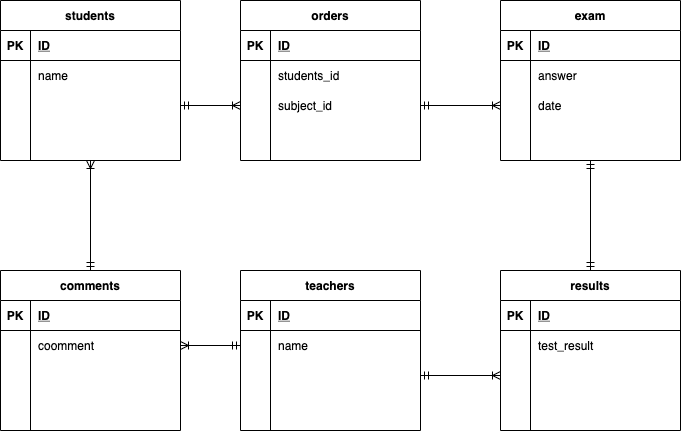
sakakurahayato/2021-11-17 keeps this draw.io diagram as index.drawio.png. Above is the earlier version. Source tidied: cells renumbered, new cells last; positions are measured from the earlier drawing's top-left corner, leaving out a move shared by most shapes.
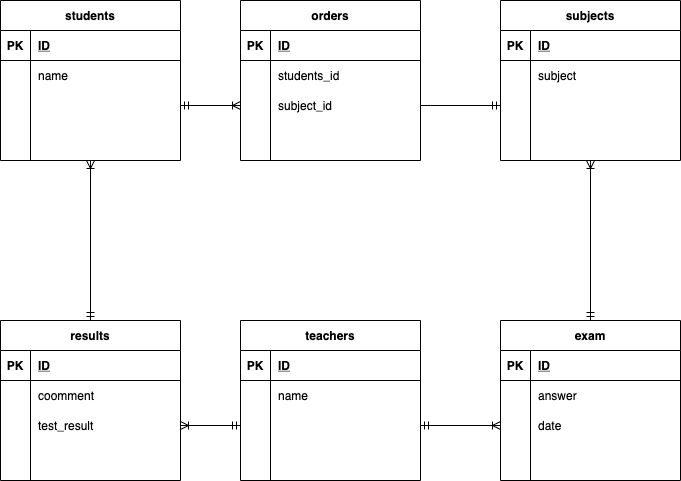
The same file after the commit.

Diff of the diagram source:
```diff
@@ -44,98 +44,11 @@
     <mxCell id="15" style="shape=partialRectangle;fillColor=none;top=0;left=0;bottom=0;right=0;align=left;spacingLeft=6;overflow=hidden;" parent="13" vertex="1">
       <mxGeometry x="30" width="150" height="30" as="geometry" />
     </mxCell>
-    <mxCell id="16" value="teachers" style="shape=table;startSize=30;rowLines=0;fontStyle=1;align=center;" parent="1" vertex="1">
-      <mxGeometry x="240" y="270" width="180" height="160" as="geometry" />
-    </mxCell>
-    <mxCell id="17" style="shape=partialRectangle;fillColor=none;top=0;left=0;bottom=1;right=0;" parent="16" vertex="1">
-      <mxGeometry y="30" width="180" height="30" as="geometry" />
-    </mxCell>
-    <mxCell id="18" value="PK" style="shape=partialRectangle;fillColor=none;top=0;left=0;bottom=0;right=0;fontStyle=1;overflow=hidden;" parent="17" vertex="1">
-      <mxGeometry width="30" height="30" as="geometry" />
-    </mxCell>
-    <mxCell id="19" value="ID" style="shape=partialRectangle;fillColor=none;top=0;left=0;bottom=0;right=0;align=left;spacingLeft=6;fontStyle=5;overflow=hidden;" parent="17" vertex="1">
-      <mxGeometry x="30" width="150" height="30" as="geometry" />
-    </mxCell>
-    <mxCell id="20" style="shape=partialRectangle;fillColor=none;top=0;left=0;bottom=0;right=0;points=[[0,0.5],[1,0.5]];portConstraint=eastwest;" parent="16" vertex="1">
-      <mxGeometry y="60" width="180" height="30" as="geometry" />
-    </mxCell>
-    <mxCell id="21" style="shape=partialRectangle;fillColor=none;top=0;left=0;bottom=0;right=0;overflow=hidden;" parent="20" vertex="1">
-      <mxGeometry width="30" height="30" as="geometry" />
-    </mxCell>
-    <mxCell id="22" value="name" style="shape=partialRectangle;fillColor=none;top=0;left=0;bottom=0;right=0;align=left;spacingLeft=6;overflow=hidden;" parent="20" vertex="1">
-      <mxGeometry x="30" width="150" height="30" as="geometry" />
-    </mxCell>
-    <mxCell id="23" style="shape=partialRectangle;fillColor=none;top=0;left=0;bottom=0;right=0;points=[[0,0.5],[1,0.5]];portConstraint=eastwest;" parent="16" vertex="1">
-      <mxGeometry y="90" width="180" height="30" as="geometry" />
-    </mxCell>
-    <mxCell id="24" style="shape=partialRectangle;fillColor=none;top=0;left=0;bottom=0;right=0;overflow=hidden;" parent="23" vertex="1">
-      <mxGeometry width="30" height="30" as="geometry" />
-    </mxCell>
-    <mxCell id="25" style="shape=partialRectangle;fillColor=none;top=0;left=0;bottom=0;right=0;align=left;spacingLeft=6;overflow=hidden;" parent="23" vertex="1">
-      <mxGeometry x="30" width="150" height="30" as="geometry" />
-    </mxCell>
-    <mxCell id="26" style="shape=partialRectangle;fillColor=none;top=0;left=0;bottom=0;right=0;" parent="16" vertex="1">
-      <mxGeometry y="120" width="180" height="30" as="geometry" />
-    </mxCell>
-    <mxCell id="27" style="shape=partialRectangle;fillColor=none;top=0;left=0;bottom=0;right=0;overflow=hidden;" parent="26" vertex="1">
-      <mxGeometry width="30" height="30" as="geometry" />
-    </mxCell>
-    <mxCell id="28" style="shape=partialRectangle;fillColor=none;top=0;left=0;bottom=0;right=0;align=left;spacingLeft=6;overflow=hidden;" parent="26" vertex="1">
-      <mxGeometry x="30" width="150" height="30" as="geometry" />
-    </mxCell>
-    <mxCell id="29" style="edgeStyle=orthogonalEdgeStyle;rounded=0;jettySize=auto;html=1;entryX=0.5;entryY=1;entryDx=0;entryDy=0;endArrow=ERmandOne;endFill=0;" parent="1" edge="1" source="30" target="61">
-      <mxGeometry relative="1" as="geometry" />
-    </mxCell>
-    <mxCell id="30" value="results" style="shape=table;startSize=30;rowLines=0;fontStyle=1;align=center;" parent="1" vertex="1">
-      <mxGeometry x="500" y="270" width="180" height="160" as="geometry" />
-    </mxCell>
-    <mxCell id="31" style="shape=partialRectangle;fillColor=none;top=0;left=0;bottom=1;right=0;" parent="30" vertex="1">
-      <mxGeometry y="30" width="180" height="30" as="geometry" />
-    </mxCell>
-    <mxCell id="32" value="PK" style="shape=partialRectangle;fillColor=none;top=0;left=0;bottom=0;right=0;fontStyle=1;overflow=hidden;" parent="31" vertex="1">
-      <mxGeometry width="30" height="30" as="geometry" />
-    </mxCell>
-    <mxCell id="33" value="ID" style="shape=partialRectangle;fillColor=none;top=0;left=0;bottom=0;right=0;align=left;spacingLeft=6;fontStyle=5;overflow=hidden;" parent="31" vertex="1">
-      <mxGeometry x="30" width="150" height="30" as="geometry" />
-    </mxCell>
-    <mxCell id="34" style="shape=partialRectangle;fillColor=none;top=0;left=0;bottom=0;right=0;" parent="30" vertex="1">
-      <mxGeometry y="60" width="180" height="30" as="geometry" />
-    </mxCell>
-    <mxCell id="35" style="shape=partialRectangle;fillColor=none;top=0;left=0;bottom=0;right=0;overflow=hidden;" parent="34" vertex="1">
-      <mxGeometry width="30" height="30" as="geometry" />
-    </mxCell>
-    <mxCell id="36" value="test_result" style="shape=partialRectangle;fillColor=none;top=0;left=0;bottom=0;right=0;align=left;spacingLeft=6;overflow=hidden;" parent="34" vertex="1">
-      <mxGeometry x="30" width="150" height="30" as="geometry" />
-    </mxCell>
-    <mxCell id="37" style="shape=partialRectangle;fillColor=none;top=0;left=0;bottom=0;right=0;points=[[0,0.5],[1,0.5]];portConstraint=eastwest;" parent="30" vertex="1">
-      <mxGeometry y="90" width="180" height="30" as="geometry" />
-    </mxCell>
-    <mxCell id="38" style="shape=partialRectangle;fillColor=none;top=0;left=0;bottom=0;right=0;overflow=hidden;" parent="37" vertex="1">
-      <mxGeometry width="30" height="30" as="geometry" />
-    </mxCell>
-    <mxCell id="39" style="shape=partialRectangle;fillColor=none;top=0;left=0;bottom=0;right=0;align=left;spacingLeft=6;overflow=hidden;" parent="37" vertex="1">
-      <mxGeometry x="30" width="150" height="30" as="geometry" />
-    </mxCell>
-    <mxCell id="40" style="shape=partialRectangle;fillColor=none;top=0;left=0;bottom=0;right=0;" parent="30" vertex="1">
-      <mxGeometry y="120" width="180" height="30" as="geometry" />
-    </mxCell>
-    <mxCell id="41" style="shape=partialRectangle;fillColor=none;top=0;left=0;bottom=0;right=0;overflow=hidden;" parent="40" vertex="1">
-      <mxGeometry width="30" height="30" as="geometry" />
-    </mxCell>
-    <mxCell id="42" style="shape=partialRectangle;fillColor=none;top=0;left=0;bottom=0;right=0;align=left;spacingLeft=6;overflow=hidden;" parent="40" vertex="1">
-      <mxGeometry x="30" width="150" height="30" as="geometry" />
-    </mxCell>
-    <mxCell id="43" style="edgeStyle=orthogonalEdgeStyle;rounded=0;jettySize=auto;html=1;endArrow=ERmandOne;endFill=0;" parent="1" edge="1" source="37" target="23">
-      <mxGeometry relative="1" as="geometry" />
-    </mxCell>
-    <mxCell id="44" style="edgeStyle=orthogonalEdgeStyle;rounded=0;jettySize=auto;html=1;entryX=0;entryY=0.5;entryDx=0;entryDy=0;endArrow=ERoneToMany;endFill=0;" parent="1" edge="1" source="23" target="37">
-      <mxGeometry relative="1" as="geometry" />
-    </mxCell>
     <mxCell id="45" style="edgeStyle=orthogonalEdgeStyle;rounded=0;jettySize=auto;html=1;entryX=0.5;entryY=1;entryDx=0;entryDy=0;endArrow=ERoneToMany;endFill=0;" parent="1" edge="1" source="46" target="3">
       <mxGeometry relative="1" as="geometry" />
     </mxCell>
-    <mxCell id="46" value="comments" style="shape=table;startSize=30;rowLines=0;fontStyle=1;align=center;" parent="1" vertex="1">
-      <mxGeometry y="270" width="180" height="160" as="geometry" />
+    <mxCell id="46" value="results" style="shape=table;startSize=30;rowLines=0;fontStyle=1;align=center;" parent="1" vertex="1">
+      <mxGeometry y="320" width="180" height="160" as="geometry" />
     </mxCell>
     <mxCell id="47" style="shape=partialRectangle;fillColor=none;top=0;left=0;bottom=1;right=0;" parent="46" vertex="1">
       <mxGeometry y="30" width="180" height="30" as="geometry" />
@@ -161,7 +74,7 @@
     <mxCell id="54" style="shape=partialRectangle;fillColor=none;top=0;left=0;bottom=0;right=0;overflow=hidden;" parent="53" vertex="1">
       <mxGeometry width="30" height="30" as="geometry" />
     </mxCell>
-    <mxCell id="55" style="shape=partialRectangle;fillColor=none;top=0;left=0;bottom=0;right=0;align=left;spacingLeft=6;overflow=hidden;" parent="53" vertex="1">
+    <mxCell id="55" value="test_result" style="shape=partialRectangle;fillColor=none;top=0;left=0;bottom=0;right=0;align=left;spacingLeft=6;overflow=hidden;" parent="53" vertex="1">
       <mxGeometry x="30" width="150" height="30" as="geometry" />
     </mxCell>
     <mxCell id="56" style="shape=partialRectangle;fillColor=none;top=0;left=0;bottom=0;right=0;" parent="46" vertex="1">
@@ -173,14 +86,8 @@
     <mxCell id="58" style="shape=partialRectangle;fillColor=none;top=0;left=0;bottom=0;right=0;align=left;spacingLeft=6;overflow=hidden;" parent="56" vertex="1">
       <mxGeometry x="30" width="150" height="30" as="geometry" />
     </mxCell>
-    <mxCell id="59" style="edgeStyle=orthogonalEdgeStyle;rounded=0;jettySize=auto;html=1;entryX=1;entryY=0.5;entryDx=0;entryDy=0;endArrow=ERoneToMany;endFill=0;" parent="1" edge="1" source="20" target="50">
-      <mxGeometry relative="1" as="geometry" />
-    </mxCell>
-    <mxCell id="60" style="edgeStyle=orthogonalEdgeStyle;rounded=0;jettySize=auto;html=1;entryX=0.5;entryY=0;entryDx=0;entryDy=0;endArrow=ERmandOne;endFill=0;" parent="1" edge="1" source="61" target="30">
-      <mxGeometry relative="1" as="geometry" />
-    </mxCell>
     <mxCell id="61" value="exam" style="shape=table;startSize=30;rowLines=0;fontStyle=1;align=center;" parent="1" vertex="1">
-      <mxGeometry x="500" width="180" height="160" as="geometry" />
+      <mxGeometry x="500" y="320" width="180" height="160" as="geometry" />
     </mxCell>
     <mxCell id="62" style="shape=partialRectangle;fillColor=none;top=0;left=0;bottom=1;right=0;" parent="61" vertex="1">
       <mxGeometry y="30" width="180" height="30" as="geometry" />
@@ -263,14 +170,115 @@
     <mxCell id="88" style="edgeStyle=orthogonalEdgeStyle;rounded=0;jettySize=auto;html=1;endArrow=ERmandOne;endFill=0;" parent="1" edge="1" source="81" target="10">
       <mxGeometry relative="1" as="geometry" />
     </mxCell>
-    <mxCell id="89" style="edgeStyle=orthogonalEdgeStyle;rounded=0;jettySize=auto;html=1;entryX=0;entryY=0.5;entryDx=0;entryDy=0;endArrow=ERoneToMany;endFill=0;" parent="1" edge="1" source="81" target="68">
-      <mxGeometry relative="1" as="geometry" />
-    </mxCell>
-    <mxCell id="90" style="edgeStyle=orthogonalEdgeStyle;rounded=0;jettySize=auto;html=1;entryX=1;entryY=0.5;entryDx=0;entryDy=0;endArrow=ERmandOne;endFill=0;" parent="1" edge="1" source="68" target="81">
-      <mxGeometry relative="1" as="geometry" />
+    <mxCell id="90" value="teachers" style="shape=table;startSize=30;rowLines=0;fontStyle=1;align=center;" parent="1" vertex="1">
+      <mxGeometry x="240" y="320" width="180" height="160" as="geometry" />
     </mxCell>
-    <mxCell id="91" style="edgeStyle=orthogonalEdgeStyle;rounded=0;jettySize=auto;html=1;entryX=0;entryY=0.5;entryDx=0;entryDy=0;endArrow=ERmandOne;endFill=0;" parent="1" edge="1" source="50" target="20">
-      <mxGeometry relative="1" as="geometry" />
+    <mxCell id="91" style="shape=partialRectangle;fillColor=none;top=0;left=0;bottom=1;right=0;" parent="90" vertex="1">
+      <mxGeometry y="30" width="180" height="30" as="geometry" />
     </mxCell>
+    <mxCell id="92" value="PK" style="shape=partialRectangle;fillColor=none;top=0;left=0;bottom=0;right=0;fontStyle=1;overflow=hidden;" parent="91" vertex="1">
+      <mxGeometry width="30" height="30" as="geometry" />
+    </mxCell>
+    <mxCell id="93" value="ID" style="shape=partialRectangle;fillColor=none;top=0;left=0;bottom=0;right=0;align=left;spacingLeft=6;fontStyle=5;overflow=hidden;" parent="91" vertex="1">
+      <mxGeometry x="30" width="150" height="30" as="geometry" />
+    </mxCell>
+    <mxCell id="94" style="shape=partialRectangle;fillColor=none;top=0;left=0;bottom=0;right=0;" parent="90" vertex="1">
+      <mxGeometry y="60" width="180" height="30" as="geometry" />
+    </mxCell>
+    <mxCell id="95" style="shape=partialRectangle;fillColor=none;top=0;left=0;bottom=0;right=0;overflow=hidden;" parent="94" vertex="1">
+      <mxGeometry width="30" height="30" as="geometry" />
+    </mxCell>
+    <mxCell id="22" value="name" style="shape=partialRectangle;fillColor=none;top=0;left=0;bottom=0;right=0;align=left;spacingLeft=6;overflow=hidden;" parent="94" vertex="1">
+      <mxGeometry x="30" width="150" height="30" as="geometry" />
+    </mxCell>
+    <mxCell id="96" style="shape=partialRectangle;fillColor=none;top=0;left=0;bottom=0;right=0;points=[[0,0.5],[1,0.5]];portConstraint=eastwest;" parent="90" vertex="1">
+      <mxGeometry y="90" width="180" height="30" as="geometry" />
+    </mxCell>
+    <mxCell id="97" style="shape=partialRectangle;fillColor=none;top=0;left=0;bottom=0;right=0;overflow=hidden;" parent="96" vertex="1">
+      <mxGeometry width="30" height="30" as="geometry" />
+    </mxCell>
+    <mxCell id="98" style="shape=partialRectangle;fillColor=none;top=0;left=0;bottom=0;right=0;align=left;spacingLeft=6;overflow=hidden;" parent="96" vertex="1">
+      <mxGeometry x="30" width="150" height="30" as="geometry" />
+    </mxCell>
+    <mxCell id="99" style="shape=partialRectangle;fillColor=none;top=0;left=0;bottom=0;right=0;" parent="90" vertex="1">
+      <mxGeometry y="120" width="180" height="30" as="geometry" />
+    </mxCell>
+    <mxCell id="100" style="shape=partialRectangle;fillColor=none;top=0;left=0;bottom=0;right=0;overflow=hidden;" parent="99" vertex="1">
+      <mxGeometry width="30" height="30" as="geometry" />
+    </mxCell>
+    <mxCell id="101" style="shape=partialRectangle;fillColor=none;top=0;left=0;bottom=0;right=0;align=left;spacingLeft=6;overflow=hidden;" parent="99" vertex="1">
+      <mxGeometry x="30" width="150" height="30" as="geometry" />
+    </mxCell>
+    <mxCell id="102" value="subjects" style="shape=table;startSize=30;rowLines=0;fontStyle=1;align=center;" parent="1" vertex="1">
+      <mxGeometry x="500" width="180" height="160" as="geometry" />
+    </mxCell>
+    <mxCell id="103" style="shape=partialRectangle;fillColor=none;top=0;left=0;bottom=1;right=0;" parent="102" vertex="1">
+      <mxGeometry y="30" width="180" height="30" as="geometry" />
+    </mxCell>
+    <mxCell id="104" value="PK" style="shape=partialRectangle;fillColor=none;top=0;left=0;bottom=0;right=0;fontStyle=1;overflow=hidden;" parent="103" vertex="1">
+      <mxGeometry width="30" height="30" as="geometry" />
+    </mxCell>
+    <mxCell id="105" value="ID" style="shape=partialRectangle;fillColor=none;top=0;left=0;bottom=0;right=0;align=left;spacingLeft=6;fontStyle=5;overflow=hidden;" parent="103" vertex="1">
+      <mxGeometry x="30" width="150" height="30" as="geometry" />
+    </mxCell>
+    <mxCell id="106" style="shape=partialRectangle;fillColor=none;top=0;left=0;bottom=0;right=0;" parent="102" vertex="1">
+      <mxGeometry y="60" width="180" height="30" as="geometry" />
+    </mxCell>
+    <mxCell id="107" style="shape=partialRectangle;fillColor=none;top=0;left=0;bottom=0;right=0;overflow=hidden;" parent="106" vertex="1">
+      <mxGeometry width="30" height="30" as="geometry" />
+    </mxCell>
+    <mxCell id="108" value="subject" style="shape=partialRectangle;fillColor=none;top=0;left=0;bottom=0;right=0;align=left;spacingLeft=6;overflow=hidden;" parent="106" vertex="1">
+      <mxGeometry x="30" width="150" height="30" as="geometry" />
+    </mxCell>
+    <mxCell id="109" style="shape=partialRectangle;fillColor=none;top=0;left=0;bottom=0;right=0;points=[[0,0.5],[1,0.5]];portConstraint=eastwest;" parent="102" vertex="1">
+      <mxGeometry y="90" width="180" height="30" as="geometry" />
+    </mxCell>
+    <mxCell id="110" style="shape=partialRectangle;fillColor=none;top=0;left=0;bottom=0;right=0;overflow=hidden;" parent="109" vertex="1">
+      <mxGeometry width="30" height="30" as="geometry" />
+    </mxCell>
+    <mxCell id="111" style="shape=partialRectangle;fillColor=none;top=0;left=0;bottom=0;right=0;align=left;spacingLeft=6;overflow=hidden;" parent="109" vertex="1">
+      <mxGeometry x="30" width="150" height="30" as="geometry" />
+    </mxCell>
+    <mxCell id="112" style="shape=partialRectangle;fillColor=none;top=0;left=0;bottom=0;right=0;" parent="102" vertex="1">
+      <mxGeometry y="120" width="180" height="30" as="geometry" />
+    </mxCell>
+    <mxCell id="113" style="shape=partialRectangle;fillColor=none;top=0;left=0;bottom=0;right=0;overflow=hidden;" parent="112" vertex="1">
+      <mxGeometry width="30" height="30" as="geometry" />
+    </mxCell>
+    <mxCell id="114" style="shape=partialRectangle;fillColor=none;top=0;left=0;bottom=0;right=0;align=left;spacingLeft=6;overflow=hidden;" parent="112" vertex="1">
+      <mxGeometry x="30" width="150" height="30" as="geometry" />
+    </mxCell>
+    <mxCell id="115" style="edgeStyle=orthogonalEdgeStyle;rounded=0;jettySize=auto;html=1;exitX=1;exitY=0.5;exitDx=0;exitDy=0;entryX=0;entryY=0.5;entryDx=0;entryDy=0;endArrow=ERmandOne;endFill=0;" parent="1" edge="1" source="81" target="109">
+      <mxGeometry relative="1" as="geometry">
+        <Array as="points">
+          <mxPoint x="430" y="105" />
+          <mxPoint x="430" y="105" />
+        </Array>
+      </mxGeometry>
+    </mxCell>
+    <mxCell id="116" style="endArrow=ERmandOne;html=1;rounded=0;exitX=1;exitY=0.5;exitDx=0;exitDy=0;entryX=0;entryY=0.5;entryDx=0;entryDy=0;endFill=0;" parent="1" edge="1" source="53" target="96">
+      <mxGeometry relative="1" as="geometry" />
+    </mxCell>
+    <mxCell id="117" style="endArrow=ERoneToMany;html=1;rounded=0;entryX=1;entryY=0.5;entryDx=0;entryDy=0;endFill=0;" parent="1" edge="1" target="53">
+      <mxGeometry relative="1" as="geometry">
+        <mxPoint x="240" y="425" as="sourcePoint" />
+      </mxGeometry>
+    </mxCell>
+    <mxCell id="118" style="endArrow=ERoneToMany;html=1;rounded=0;entryX=0;entryY=0.5;entryDx=0;entryDy=0;exitX=1;exitY=0.5;exitDx=0;exitDy=0;endFill=0;" parent="1" edge="1" source="96" target="68">
+      <mxGeometry relative="1" as="geometry" />
+    </mxCell>
+    <mxCell id="119" style="endArrow=ERmandOne;html=1;rounded=0;entryX=1;entryY=0.5;entryDx=0;entryDy=0;endFill=0;" parent="1" edge="1" target="96">
+      <mxGeometry relative="1" as="geometry">
+        <mxPoint x="500" y="425" as="sourcePoint" />
+      </mxGeometry>
+    </mxCell>
+    <mxCell id="120" style="endArrow=ERoneToMany;html=1;rounded=0;entryX=0.5;entryY=1;entryDx=0;entryDy=0;exitX=0.5;exitY=0;exitDx=0;exitDy=0;endFill=0;" parent="1" edge="1" source="61" target="102">
+      <mxGeometry relative="1" as="geometry" />
+    </mxCell>
+    <mxCell id="121" style="endArrow=ERmandOne;html=1;rounded=0;entryX=0.5;entryY=0;entryDx=0;entryDy=0;endFill=0;" parent="1" edge="1" target="61">
+      <mxGeometry relative="1" as="geometry">
+        <mxPoint x="590" y="160" as="sourcePoint" />
+      </mxGeometry>
+    </mxCell>
   </root>
 </mxGraphModel>
```
